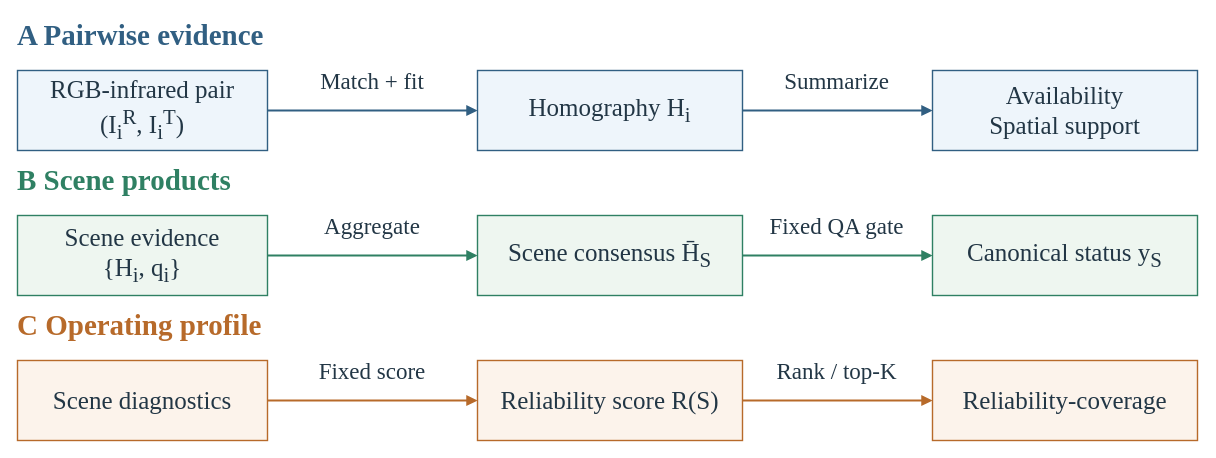
Above: figure_reconstruction/fig02_benchmark_protocol/drawio_source/fig02_benchmark_protocol.drawio in WongHK101/Infrared-Physics-Technology (draw.io), before the change. Source tidied: cells renumbered, new cells numbered last; positions are measured from the earlier drawing's top-left corner, leaving out a move shared by most shapes. Both pictures are drawn from the tidied source at 100%, with x=0, y=0 at pixel (17, 17).
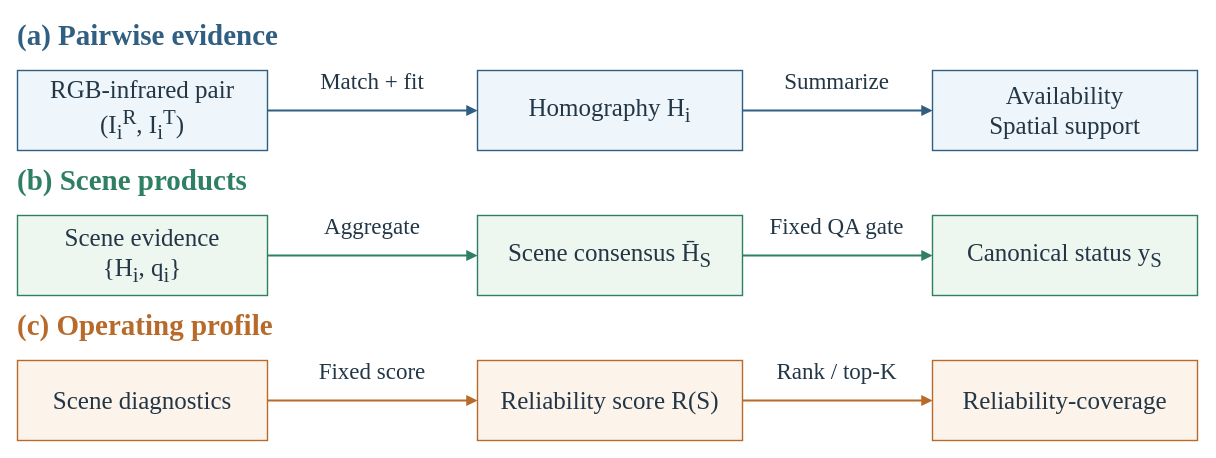
After the change.

What changed in the source:
```diff
@@
-    <mxCell id="2" value="A  Pairwise evidence" style="text;html=1;whiteSpace=wrap;overflow=visible;rounded=0;fillColor=none;strokeColor=none;verticalAlign=middle;fontFamily=Times New Roman;fontSize=29;fontColor=#315F82;align=left;fontStyle=1;spacing=0;" parent="1" vertex="1">
+    <mxCell id="2" value="(a) Pairwise evidence" style="text;html=1;whiteSpace=wrap;overflow=visible;rounded=0;fillColor=none;strokeColor=none;verticalAlign=middle;fontFamily=Times New Roman;fontSize=29;fontColor=#315F82;align=left;fontStyle=1;spacing=0;" parent="1" vertex="1">
       <mxGeometry width="900" height="35" as="geometry" />
     </mxCell>
@@
-    <mxCell id="13" value="B  Scene products" style="text;html=1;whiteSpace=wrap;overflow=visible;rounded=0;fillColor=none;strokeColor=none;verticalAlign=middle;fontFamily=Times New Roman;fontSize=29;fontColor=#2F8063;align=left;fontStyle=1;spacing=0;" parent="1" vertex="1">
+    <mxCell id="13" value="(b) Scene products" style="text;html=1;whiteSpace=wrap;overflow=visible;rounded=0;fillColor=none;strokeColor=none;verticalAlign=middle;fontFamily=Times New Roman;fontSize=29;fontColor=#2F8063;align=left;fontStyle=1;spacing=0;" parent="1" vertex="1">
       <mxGeometry y="145" width="900" height="35" as="geometry" />
     </mxCell>
@@
-    <mxCell id="24" value="C  Operating profile" style="text;html=1;whiteSpace=wrap;overflow=visible;rounded=0;fillColor=none;strokeColor=none;verticalAlign=middle;fontFamily=Times New Roman;fontSize=29;fontColor=#B76A2A;align=left;fontStyle=1;spacing=0;" parent="1" vertex="1">
+    <mxCell id="24" value="(c) Operating profile" style="text;html=1;whiteSpace=wrap;overflow=visible;rounded=0;fillColor=none;strokeColor=none;verticalAlign=middle;fontFamily=Times New Roman;fontSize=29;fontColor=#B76A2A;align=left;fontStyle=1;spacing=0;" parent="1" vertex="1">
       <mxGeometry y="290" width="900" height="35" as="geometry" />
     </mxCell>
```
